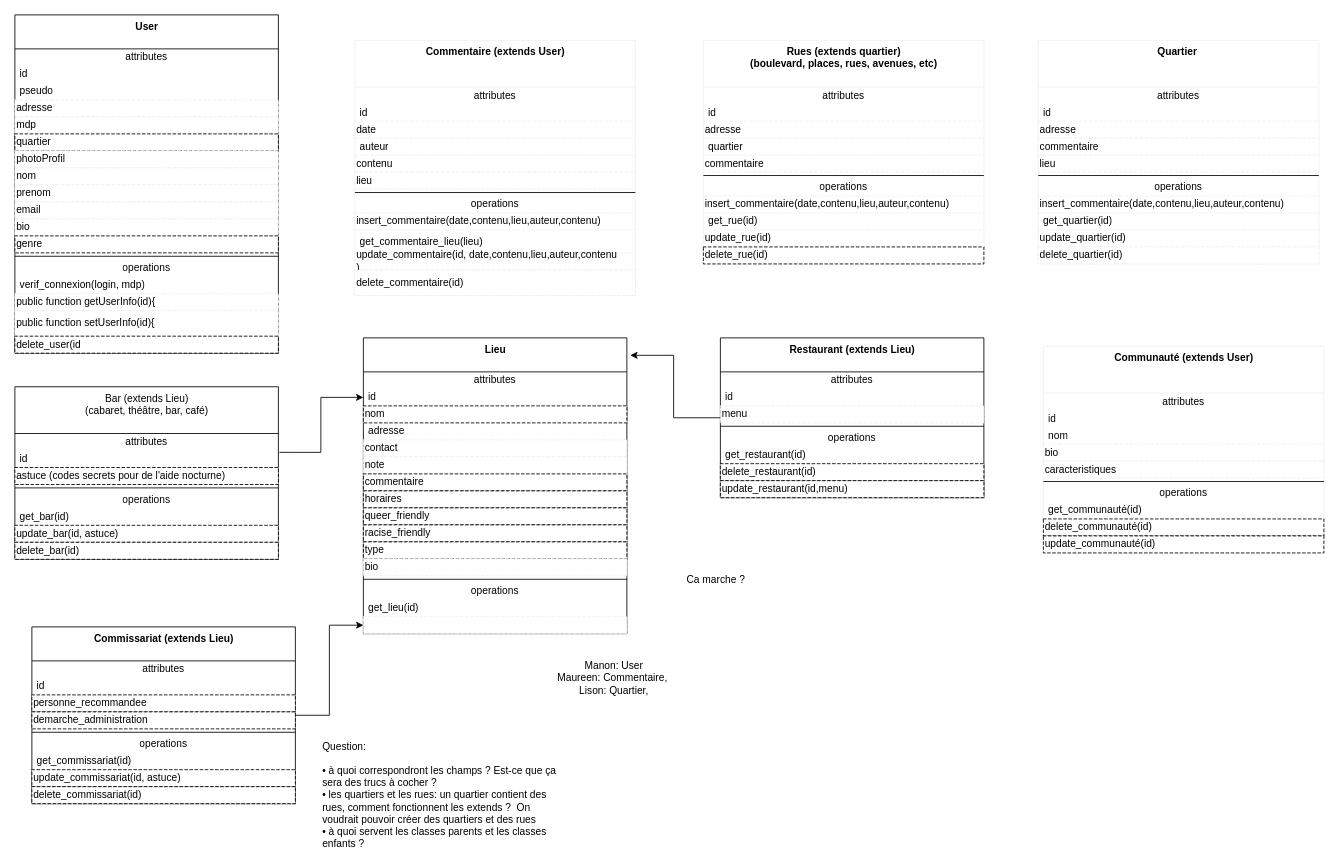
Earlier version of the draw.io diagram class/analyse/analyse.drawio (Lison-creator/home_safe). Source tidied: cells renumbered, new cells numbered last; positions are measured from the earlier drawing's top-left corner, leaving out a move shared by most shapes. Both pictures are drawn from the tidied source at 85%, with x=0, y=0 at pixel (14, 14).
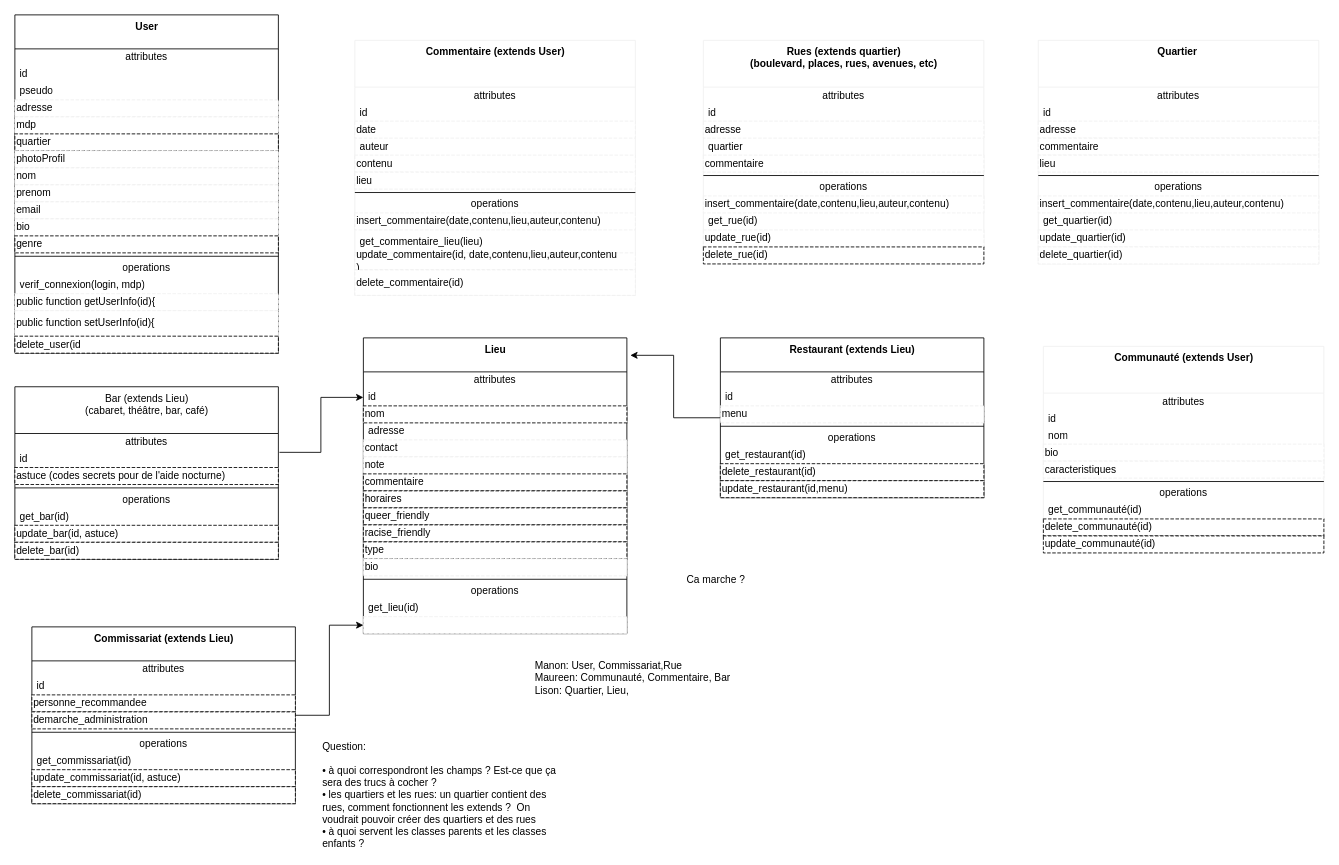
The same diagram, later.

Commit message:
Répartition des tâches

What changed in the source:
```diff
@@
-    <mxCell id="118" value="Manon: User&lt;br&gt;Maureen: Commentaire,&amp;nbsp;&lt;br&gt;Lison: Quartier," style="text;html=1;strokeColor=none;fillColor=none;align=center;verticalAlign=middle;whiteSpace=wrap;rounded=0;" parent="1" vertex="1">
-      <mxGeometry x="610" y="770" width="190" height="20" as="geometry" />
+    <mxCell id="118" value="Manon: User, Commissariat,Rue&lt;br&gt;Maureen: Communauté, Commentaire, Bar&amp;nbsp;&lt;br&gt;Lison: Quartier, Lieu," style="text;html=1;strokeColor=none;fillColor=none;align=left;verticalAlign=middle;whiteSpace=wrap;rounded=0;" parent="1" vertex="1">
+      <mxGeometry x="610" y="770" width="280" height="20" as="geometry" />
     </mxCell>
```
